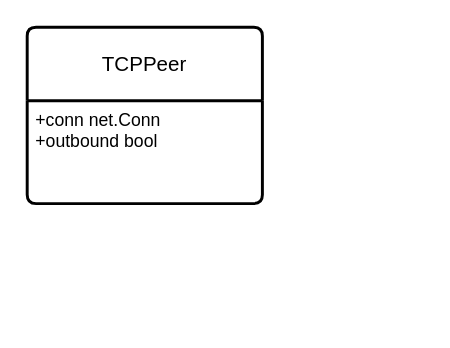
Earlier version of the draw.io diagram Untitled Diagram.drawio (ThisaraWeerakoon/Distributed_File_System). Source tidied: cells renumbered, new cells numbered last; positions are measured from the earlier drawing's top-left corner, leaving out a move shared by most shapes. Both pictures are drawn from the tidied source at 147%, with x=0, y=0 at pixel (26, 26).
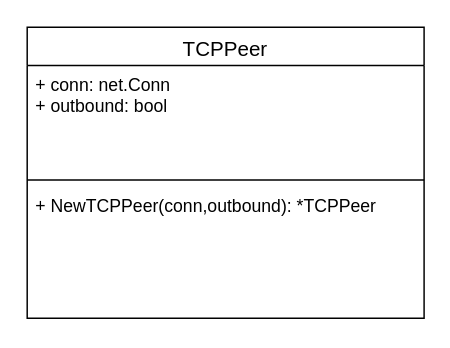
Above is the later version.

Commit message:
added TCPPeer diagram

What changed in the source:
```diff
@@
 <mxGraphModel>
   <root>
     <mxCell id="0" />
     <mxCell id="1" parent="0" />
-    <mxCell id="2" value="TCPPeer" style="swimlane;horizontal=1;startSize=50;rounded=1;fontSize=14;fontStyle=0;strokeWidth=2;shadow=0;dashed=0;align=center;arcSize=4;whiteSpace=wrap;html=1;" parent="1" vertex="1">
-      <mxGeometry width="160" height="120" as="geometry" />
+    <mxCell id="2" value="&lt;span style=&quot;font-size: 14px; font-weight: 400;&quot;&gt;TCPPeer&lt;/span&gt;" style="swimlane;fontStyle=1;align=center;verticalAlign=top;horizontal=1;startSize=26;whiteSpace=wrap;html=1;" parent="1" vertex="1">
+      <mxGeometry width="270" height="198" as="geometry" />
     </mxCell>
-    <mxCell id="3" value="+conn net.Conn&lt;div&gt;+outbound bool&lt;/div&gt;" style="align=left;strokeColor=none;fillColor=none;spacingLeft=4;spacingRight=4;fontSize=12;verticalAlign=top;html=1;whiteSpace=wrap;" parent="2" vertex="1">
-      <mxGeometry y="50" width="160" height="70" as="geometry" />
-    </mxCell>
+    <mxCell id="4" value="+ conn: net.Conn&lt;div&gt;+ outbound: bool&lt;/div&gt;" style="text;strokeColor=none;fillColor=none;align=left;verticalAlign=top;spacingLeft=4;spacingRight=4;overflow=hidden;whiteSpace=wrap;html=1;" parent="2" vertex="1">
+      <mxGeometry y="26" width="270" height="74" as="geometry" />
+    </mxCell>
+    <mxCell id="5" style="line;strokeWidth=1;fillColor=none;align=left;verticalAlign=middle;spacingTop=-1;spacingLeft=3;spacingRight=3;labelPosition=right;strokeColor=inherit;" parent="2" vertex="1">
+      <mxGeometry y="100" width="270" height="8" as="geometry" />
+    </mxCell>
+    <mxCell id="6" value="+ NewTCPPeer(conn,outbound): *TCPPeer" style="text;strokeColor=none;fillColor=none;align=left;verticalAlign=top;spacingLeft=4;spacingRight=4;overflow=hidden;whiteSpace=wrap;html=1;" parent="2" vertex="1">
+      <mxGeometry y="108" width="270" height="90" as="geometry" />
+    </mxCell>
   </root>
 </mxGraphModel>
```
